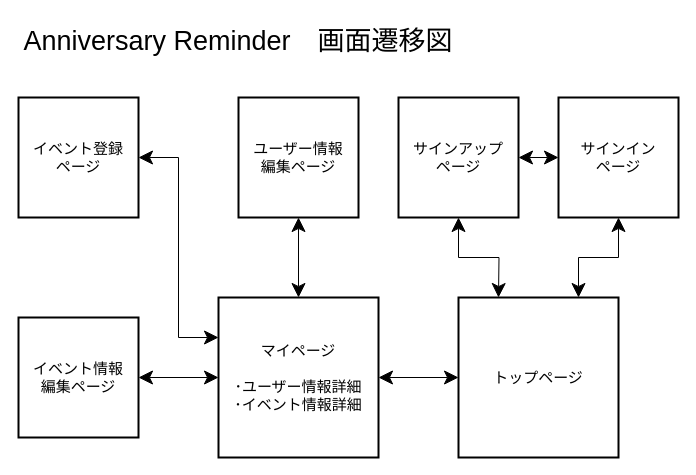
Before: Screen-transfer-diagram.dio in Hammer0369/anniversary-reminder, a draw.io diagram. Source tidied: cells renumbered, new cells numbered last; positions are measured from the earlier drawing's top-left corner, leaving out a move shared by most shapes. Both pictures are drawn from the tidied source at 100%, with x=0, y=0 at pixel (18, 17).
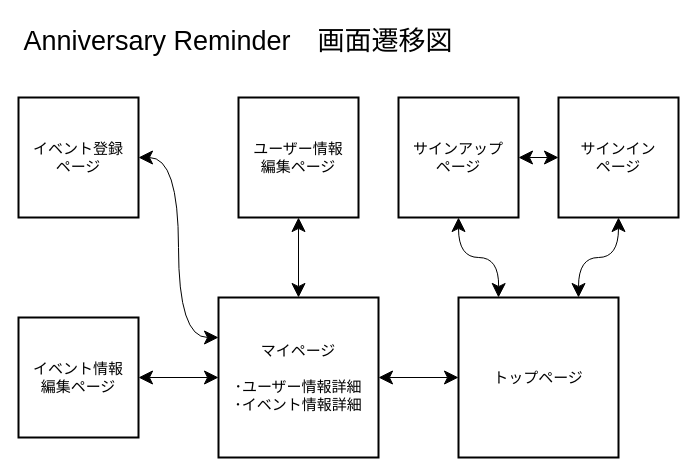
The same page after the edit.

Change to the diagram source:
```diff
@@
 <mxGraphModel>
   <root>
     <mxCell id="0" />
     <mxCell id="1" parent="0" />
     <mxCell id="2" value="トップページ" style="whiteSpace=wrap;html=1;align=center;strokeWidth=2;fontSize=15;" parent="1" vertex="1">
       <mxGeometry x="440" y="280" width="160" height="160" as="geometry" />
     </mxCell>
-    <mxCell id="3" style="edgeStyle=orthogonalEdgeStyle;rounded=0;jumpSize=6;jettySize=auto;html=1;exitX=0.5;exitY=1;exitDx=0;exitDy=0;endSize=12;startArrow=classic;startFill=1;startSize=12;fontSize=15;" parent="1" edge="1" source="5">
+    <mxCell id="3" style="edgeStyle=orthogonalEdgeStyle;rounded=0;jumpSize=6;jettySize=auto;html=1;exitX=0.5;exitY=1;exitDx=0;exitDy=0;endSize=12;startArrow=classic;startFill=1;startSize=12;fontSize=15;curved=1;" parent="1" edge="1" source="5">
       <mxGeometry relative="1" as="geometry">
         <mxPoint x="480" y="280" as="targetPoint" />
       </mxGeometry>
     </mxCell>
     <mxCell id="4" style="edgeStyle=orthogonalEdgeStyle;rounded=0;jumpSize=6;jettySize=auto;html=1;exitX=1;exitY=0.5;exitDx=0;exitDy=0;entryX=0;entryY=0.5;entryDx=0;entryDy=0;endSize=12;startArrow=classic;startFill=1;startSize=12;fontSize=15;" parent="1" edge="1" source="5" target="7">
       <mxGeometry relative="1" as="geometry" />
     </mxCell>
     <mxCell id="5" value="サインアップ&lt;br style=&quot;font-size: 15px;&quot;&gt;ページ" style="whiteSpace=wrap;html=1;align=center;strokeWidth=2;fontSize=15;" parent="1" vertex="1">
       <mxGeometry x="380" y="80" width="120" height="120" as="geometry" />
     </mxCell>
-    <mxCell id="6" style="edgeStyle=orthogonalEdgeStyle;rounded=0;jumpSize=6;jettySize=auto;html=1;exitX=0.5;exitY=1;exitDx=0;exitDy=0;entryX=0.75;entryY=0;entryDx=0;entryDy=0;endSize=12;startArrow=classic;startFill=1;startSize=12;fontSize=15;" parent="1" edge="1" source="7" target="2">
+    <mxCell id="6" style="edgeStyle=orthogonalEdgeStyle;rounded=0;jumpSize=6;jettySize=auto;html=1;exitX=0.5;exitY=1;exitDx=0;exitDy=0;entryX=0.75;entryY=0;entryDx=0;entryDy=0;endSize=12;startArrow=classic;startFill=1;startSize=12;fontSize=15;curved=1;" parent="1" edge="1" source="7" target="2">
       <mxGeometry relative="1" as="geometry" />
     </mxCell>
     <mxCell id="7" value="サインイン&lt;br style=&quot;font-size: 15px;&quot;&gt;ページ" style="whiteSpace=wrap;html=1;align=center;strokeWidth=2;fontSize=15;" parent="1" vertex="1">
       <mxGeometry x="540" y="80" width="120" height="120" as="geometry" />
     </mxCell>
-    <mxCell id="8" style="edgeStyle=orthogonalEdgeStyle;rounded=0;jumpSize=6;jettySize=auto;html=1;exitX=1;exitY=0.5;exitDx=0;exitDy=0;entryX=0;entryY=0.25;entryDx=0;entryDy=0;fontSize=15;startArrow=classic;startFill=1;startSize=12;endSize=12;" parent="1" edge="1" source="9" target="15">
+    <mxCell id="8" style="edgeStyle=orthogonalEdgeStyle;rounded=0;jumpSize=6;jettySize=auto;html=1;exitX=1;exitY=0.5;exitDx=0;exitDy=0;entryX=0;entryY=0.25;entryDx=0;entryDy=0;fontSize=15;startArrow=classic;startFill=1;startSize=12;endSize=12;curved=1;" parent="1" edge="1" source="9" target="15">
       <mxGeometry relative="1" as="geometry" />
     </mxCell>
     <mxCell id="9" value="イベント登録&lt;br style=&quot;font-size: 15px;&quot;&gt;ページ" style="whiteSpace=wrap;html=1;align=center;strokeWidth=2;fontSize=15;" parent="1" vertex="1">
       <mxGeometry y="80" width="120" height="120" as="geometry" />
     </mxCell>
     <mxCell id="10" style="edgeStyle=orthogonalEdgeStyle;rounded=0;jumpSize=6;jettySize=auto;html=1;exitX=1;exitY=0.5;exitDx=0;exitDy=0;entryX=0;entryY=0.5;entryDx=0;entryDy=0;fontSize=15;startArrow=classic;startFill=1;startSize=12;endSize=12;" parent="1" edge="1" source="11" target="15">
       <mxGeometry relative="1" as="geometry" />
     </mxCell>
     <mxCell id="11" value="イベント情報&lt;br style=&quot;font-size: 15px;&quot;&gt;編集ページ" style="whiteSpace=wrap;html=1;align=center;strokeWidth=2;fontSize=15;" parent="1" vertex="1">
       <mxGeometry y="300" width="120" height="120" as="geometry" />
     </mxCell>
     <mxCell id="12" style="edgeStyle=orthogonalEdgeStyle;rounded=0;jumpSize=6;jettySize=auto;html=1;exitX=0.5;exitY=1;exitDx=0;exitDy=0;entryX=0.5;entryY=0;entryDx=0;entryDy=0;startArrow=classic;startFill=1;startSize=12;endSize=12;fontSize=15;" parent="1" edge="1" source="13" target="15">
       <mxGeometry relative="1" as="geometry" />
     </mxCell>
     <mxCell id="13" value="ユーザー情報&lt;br style=&quot;font-size: 15px;&quot;&gt;編集ページ" style="whiteSpace=wrap;html=1;align=center;strokeWidth=2;fontSize=15;" parent="1" vertex="1">
       <mxGeometry x="220" y="80" width="120" height="120" as="geometry" />
     </mxCell>
     <mxCell id="14" style="edgeStyle=orthogonalEdgeStyle;rounded=0;jumpSize=6;jettySize=auto;html=1;exitX=1;exitY=0.5;exitDx=0;exitDy=0;entryX=0;entryY=0.5;entryDx=0;entryDy=0;startArrow=classic;startFill=1;startSize=12;endSize=12;fontSize=15;" parent="1" edge="1" source="15" target="2">
       <mxGeometry relative="1" as="geometry" />
     </mxCell>
     <mxCell id="15" value="マイページ&lt;br style=&quot;font-size: 15px;&quot;&gt;&lt;br style=&quot;font-size: 15px;&quot;&gt;･ユーザー情報詳細&lt;br style=&quot;font-size: 15px;&quot;&gt;･イベント情報詳細" style="whiteSpace=wrap;html=1;align=center;strokeWidth=2;fontSize=15;" parent="1" vertex="1">
       <mxGeometry x="200" y="280" width="160" height="160" as="geometry" />
     </mxCell>
     <mxCell id="16" value="Anniversary Reminder　画面遷移図" style="text;strokeColor=none;fillColor=none;spacingLeft=4;spacingRight=4;overflow=hidden;fontSize=27;align=center;strokeWidth=2;" parent="1" vertex="1">
       <mxGeometry width="440" height="40" as="geometry" />
     </mxCell>
   </root>
 </mxGraphModel>
```
